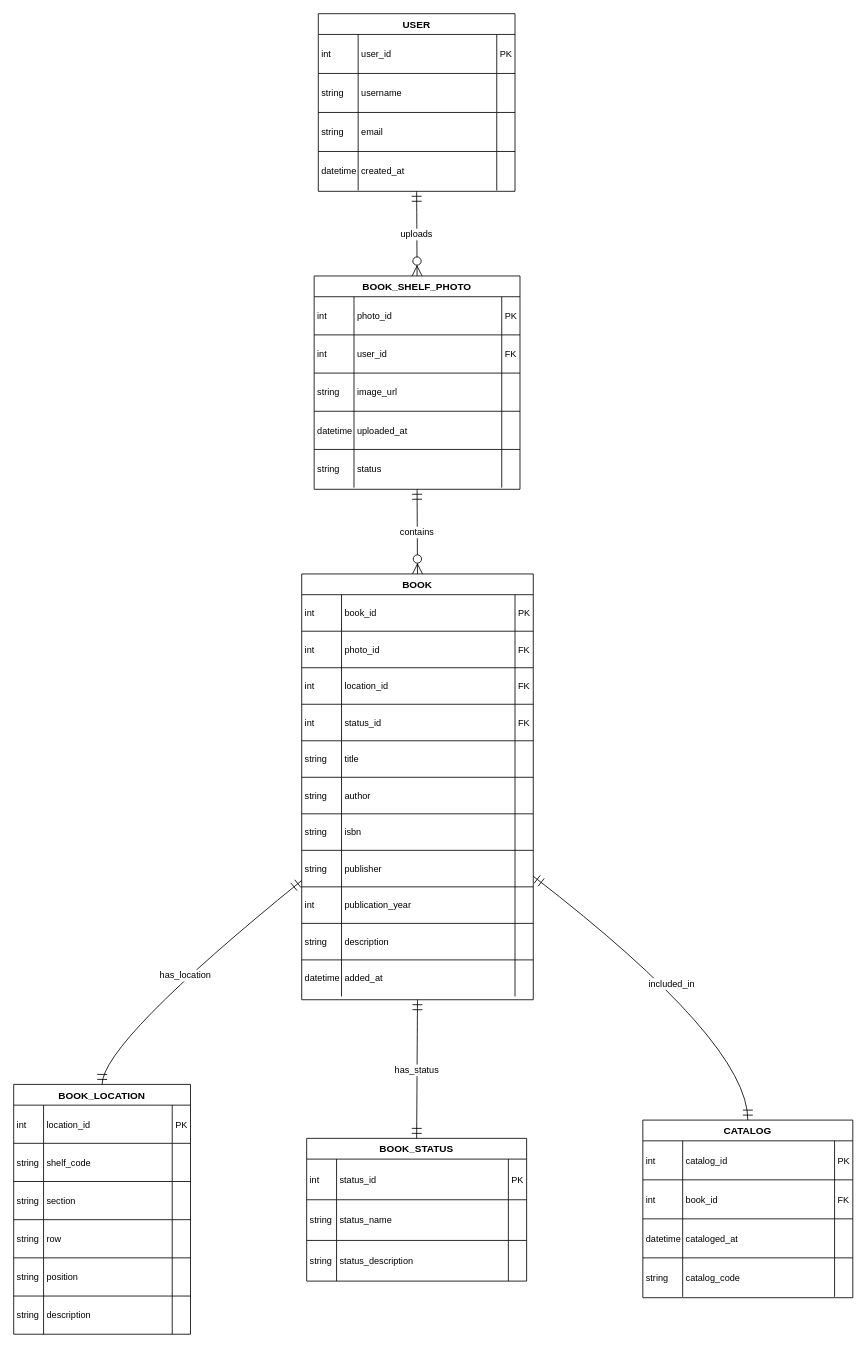
This is task4.drawio from ahwisse/isis, a draw.io file, before an edit. Source tidied: cells renumbered, new cells numbered last; positions are measured from the earlier drawing's top-left corner, leaving out a move shared by most shapes. Both pictures are drawn from the tidied source at 83%, with x=0, y=0 at pixel (13, 13).
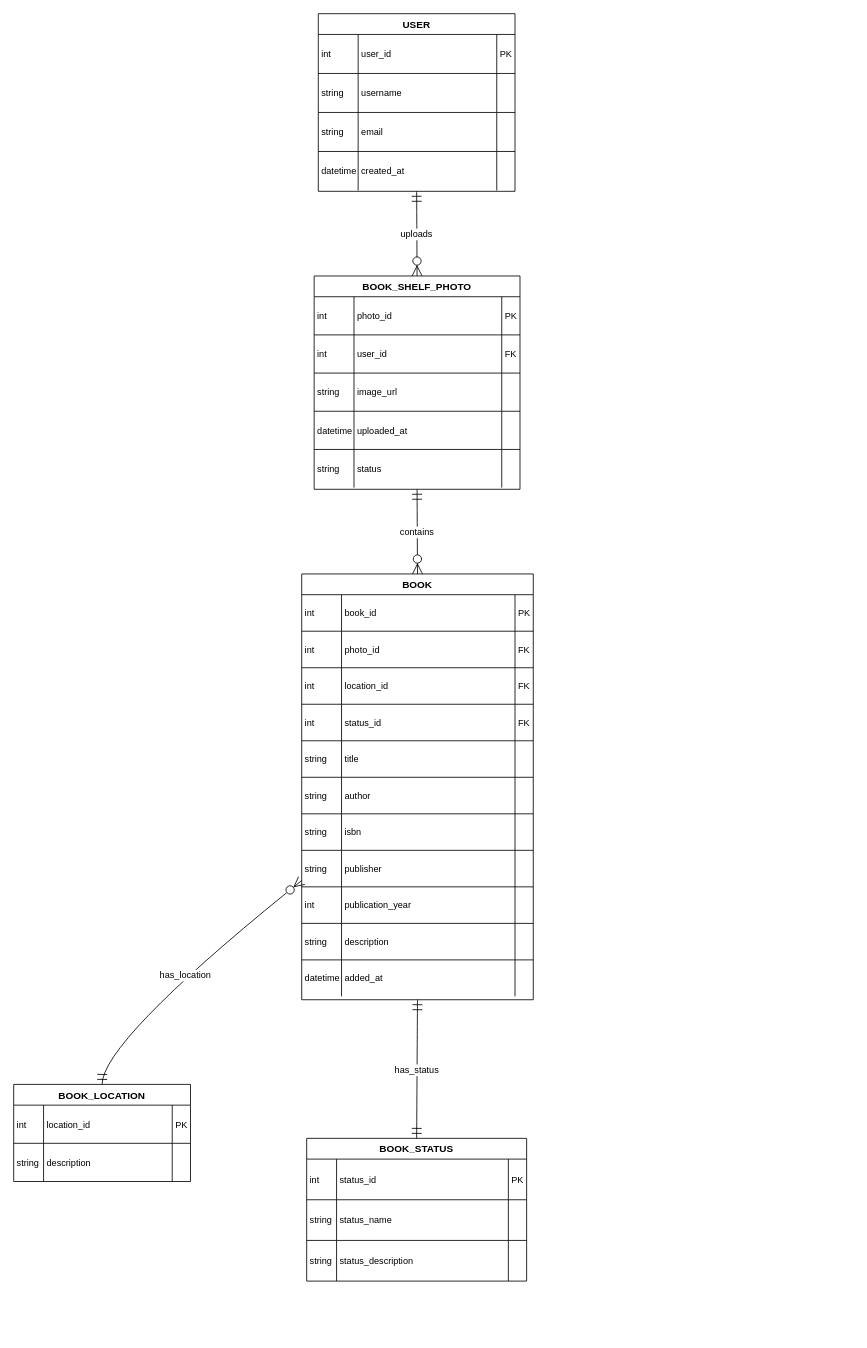
Above is the later version.

Commit message:
Добавлена практическая работа №4

The change refers to these unchanged cells:
```xml
<mxCell id="40" value="BOOK" style="shape=table;startSize=25;childLayout=tableLayout;rowLines=1;fontStyle=1;align=center;" parent="1" vertex="1">
  <mxGeometry x="347" y="675" width="279" height="513" as="geometry" />
</mxCell>
```

Diff of the diagram source:
```diff
@@
     <mxCell id="85" value="BOOK_LOCATION" style="shape=table;startSize=25;childLayout=tableLayout;rowLines=1;fontStyle=1;align=center;" parent="1" vertex="1">
-      <mxGeometry y="1290" width="213" height="301" as="geometry" />
+      <mxGeometry y="1290" width="213" height="117" as="geometry" />
     </mxCell>
@@
-    <mxCell id="90" style="shape=tableRow;horizontal=0;startSize=0;swimlaneHead=0;swimlaneBody=0;fillColor=none;top=0;left=0;right=0;bottom=0;" parent="85" vertex="1">
-      <mxGeometry y="71" width="213" height="46" as="geometry" />
-    </mxCell>
-    <mxCell id="91" value="string" style="shape=partialRectangle;fillColor=none;top=0;left=0;bottom=0;right=0;align=left;spacingLeft=2;overflow=hidden;fontSize=11;" parent="90" vertex="1">
-      <mxGeometry width="36" height="46" as="geometry" />
-    </mxCell>
-    <mxCell id="92" value="shelf_code" style="shape=partialRectangle;fillColor=none;top=0;left=0;bottom=0;right=0;align=left;spacingLeft=2;overflow=hidden;fontSize=11;" parent="90" vertex="1">
-      <mxGeometry x="36" width="155" height="46" as="geometry" />
-    </mxCell>
-    <mxCell id="93" style="shape=partialRectangle;fillColor=none;top=0;left=0;bottom=0;right=0;align=left;spacingLeft=2;overflow=hidden;fontSize=11;" parent="90" vertex="1">
-      <mxGeometry x="191" width="22" height="46" as="geometry" />
-    </mxCell>
     <mxCell id="94" style="shape=tableRow;horizontal=0;startSize=0;swimlaneHead=0;swimlaneBody=0;fillColor=none;top=0;left=0;right=0;bottom=0;" parent="85" vertex="1">
-      <mxGeometry y="117" width="213" height="46" as="geometry" />
+      <mxGeometry y="71" width="213" height="46" as="geometry" />
     </mxCell>
@@
-    <mxCell id="96" value="section" style="shape=partialRectangle;fillColor=none;top=0;left=0;bottom=0;right=0;align=left;spacingLeft=2;overflow=hidden;fontSize=11;" parent="94" vertex="1">
+    <mxCell id="96" value="description" style="shape=partialRectangle;fillColor=none;top=0;left=0;bottom=0;right=0;align=left;spacingLeft=2;overflow=hidden;fontSize=11;" parent="94" vertex="1">
       <mxGeometry x="36" width="155" height="46" as="geometry" />
     </mxCell>
@@
-    <mxCell id="98" style="shape=tableRow;horizontal=0;startSize=0;swimlaneHead=0;swimlaneBody=0;fillColor=none;top=0;left=0;right=0;bottom=0;" parent="85" vertex="1">
-      <mxGeometry y="163" width="213" height="46" as="geometry" />
-    </mxCell>
-    <mxCell id="99" value="string" style="shape=partialRectangle;fillColor=none;top=0;left=0;bottom=0;right=0;align=left;spacingLeft=2;overflow=hidden;fontSize=11;" parent="98" vertex="1">
-      <mxGeometry width="36" height="46" as="geometry" />
-    </mxCell>
-    <mxCell id="100" value="row" style="shape=partialRectangle;fillColor=none;top=0;left=0;bottom=0;right=0;align=left;spacingLeft=2;overflow=hidden;fontSize=11;" parent="98" vertex="1">
-      <mxGeometry x="36" width="155" height="46" as="geometry" />
-    </mxCell>
-    <mxCell id="101" style="shape=partialRectangle;fillColor=none;top=0;left=0;bottom=0;right=0;align=left;spacingLeft=2;overflow=hidden;fontSize=11;" parent="98" vertex="1">
-      <mxGeometry x="191" width="22" height="46" as="geometry" />
-    </mxCell>
-    <mxCell id="102" style="shape=tableRow;horizontal=0;startSize=0;swimlaneHead=0;swimlaneBody=0;fillColor=none;top=0;left=0;right=0;bottom=0;" parent="85" vertex="1">
-      <mxGeometry y="209" width="213" height="46" as="geometry" />
-    </mxCell>
-    <mxCell id="103" value="string" style="shape=partialRectangle;fillColor=none;top=0;left=0;bottom=0;right=0;align=left;spacingLeft=2;overflow=hidden;fontSize=11;" parent="102" vertex="1">
-      <mxGeometry width="36" height="46" as="geometry" />
-    </mxCell>
-    <mxCell id="104" value="position" style="shape=partialRectangle;fillColor=none;top=0;left=0;bottom=0;right=0;align=left;spacingLeft=2;overflow=hidden;fontSize=11;" parent="102" vertex="1">
-      <mxGeometry x="36" width="155" height="46" as="geometry" />
-    </mxCell>
-    <mxCell id="105" style="shape=partialRectangle;fillColor=none;top=0;left=0;bottom=0;right=0;align=left;spacingLeft=2;overflow=hidden;fontSize=11;" parent="102" vertex="1">
-      <mxGeometry x="191" width="22" height="46" as="geometry" />
-    </mxCell>
-    <mxCell id="106" style="shape=tableRow;horizontal=0;startSize=0;swimlaneHead=0;swimlaneBody=0;fillColor=none;top=0;left=0;right=0;bottom=0;" parent="85" vertex="1">
-      <mxGeometry y="255" width="213" height="46" as="geometry" />
-    </mxCell>
-    <mxCell id="107" value="string" style="shape=partialRectangle;fillColor=none;top=0;left=0;bottom=0;right=0;align=left;spacingLeft=2;overflow=hidden;fontSize=11;" parent="106" vertex="1">
-      <mxGeometry width="36" height="46" as="geometry" />
-    </mxCell>
-    <mxCell id="108" value="description" style="shape=partialRectangle;fillColor=none;top=0;left=0;bottom=0;right=0;align=left;spacingLeft=2;overflow=hidden;fontSize=11;" parent="106" vertex="1">
-      <mxGeometry x="36" width="155" height="46" as="geometry" />
-    </mxCell>
-    <mxCell id="109" style="shape=partialRectangle;fillColor=none;top=0;left=0;bottom=0;right=0;align=left;spacingLeft=2;overflow=hidden;fontSize=11;" parent="106" vertex="1">
-      <mxGeometry x="191" width="22" height="46" as="geometry" />
-    </mxCell>
@@
-    <mxCell id="123" value="CATALOG" style="shape=table;startSize=25;childLayout=tableLayout;rowLines=1;fontStyle=1;align=center;" parent="1" vertex="1">
-      <mxGeometry x="758" y="1333" width="253" height="214" as="geometry" />
-    </mxCell>
-    <mxCell id="124" style="shape=tableRow;horizontal=0;startSize=0;swimlaneHead=0;swimlaneBody=0;fillColor=none;top=0;left=0;right=0;bottom=0;" parent="123" vertex="1">
-      <mxGeometry y="25" width="253" height="47" as="geometry" />
-    </mxCell>
-    <mxCell id="125" value="int" style="shape=partialRectangle;fillColor=none;top=0;left=0;bottom=0;right=0;align=left;spacingLeft=2;overflow=hidden;fontSize=11;" parent="124" vertex="1">
-      <mxGeometry width="48" height="47" as="geometry" />
-    </mxCell>
-    <mxCell id="126" value="catalog_id" style="shape=partialRectangle;fillColor=none;top=0;left=0;bottom=0;right=0;align=left;spacingLeft=2;overflow=hidden;fontSize=11;" parent="124" vertex="1">
-      <mxGeometry x="48" width="183" height="47" as="geometry" />
-    </mxCell>
-    <mxCell id="127" value="PK" style="shape=partialRectangle;fillColor=none;top=0;left=0;bottom=0;right=0;align=left;spacingLeft=2;overflow=hidden;fontSize=11;" parent="124" vertex="1">
-      <mxGeometry x="231" width="22" height="47" as="geometry" />
-    </mxCell>
-    <mxCell id="128" style="shape=tableRow;horizontal=0;startSize=0;swimlaneHead=0;swimlaneBody=0;fillColor=none;top=0;left=0;right=0;bottom=0;" parent="123" vertex="1">
-      <mxGeometry y="72" width="253" height="47" as="geometry" />
-    </mxCell>
-    <mxCell id="129" value="int" style="shape=partialRectangle;fillColor=none;top=0;left=0;bottom=0;right=0;align=left;spacingLeft=2;overflow=hidden;fontSize=11;" parent="128" vertex="1">
-      <mxGeometry width="48" height="47" as="geometry" />
-    </mxCell>
-    <mxCell id="130" value="book_id" style="shape=partialRectangle;fillColor=none;top=0;left=0;bottom=0;right=0;align=left;spacingLeft=2;overflow=hidden;fontSize=11;" parent="128" vertex="1">
-      <mxGeometry x="48" width="183" height="47" as="geometry" />
-    </mxCell>
-    <mxCell id="131" value="FK" style="shape=partialRectangle;fillColor=none;top=0;left=0;bottom=0;right=0;align=left;spacingLeft=2;overflow=hidden;fontSize=11;" parent="128" vertex="1">
-      <mxGeometry x="231" width="22" height="47" as="geometry" />
-    </mxCell>
-    <mxCell id="132" style="shape=tableRow;horizontal=0;startSize=0;swimlaneHead=0;swimlaneBody=0;fillColor=none;top=0;left=0;right=0;bottom=0;" parent="123" vertex="1">
-      <mxGeometry y="119" width="253" height="47" as="geometry" />
-    </mxCell>
-    <mxCell id="133" value="datetime" style="shape=partialRectangle;fillColor=none;top=0;left=0;bottom=0;right=0;align=left;spacingLeft=2;overflow=hidden;fontSize=11;" parent="132" vertex="1">
-      <mxGeometry width="48" height="47" as="geometry" />
-    </mxCell>
-    <mxCell id="134" value="cataloged_at" style="shape=partialRectangle;fillColor=none;top=0;left=0;bottom=0;right=0;align=left;spacingLeft=2;overflow=hidden;fontSize=11;" parent="132" vertex="1">
-      <mxGeometry x="48" width="183" height="47" as="geometry" />
-    </mxCell>
-    <mxCell id="135" style="shape=partialRectangle;fillColor=none;top=0;left=0;bottom=0;right=0;align=left;spacingLeft=2;overflow=hidden;fontSize=11;" parent="132" vertex="1">
-      <mxGeometry x="231" width="22" height="47" as="geometry" />
-    </mxCell>
-    <mxCell id="136" style="shape=tableRow;horizontal=0;startSize=0;swimlaneHead=0;swimlaneBody=0;fillColor=none;top=0;left=0;right=0;bottom=0;" parent="123" vertex="1">
-      <mxGeometry y="166" width="253" height="47" as="geometry" />
-    </mxCell>
-    <mxCell id="137" value="string" style="shape=partialRectangle;fillColor=none;top=0;left=0;bottom=0;right=0;align=left;spacingLeft=2;overflow=hidden;fontSize=11;" parent="136" vertex="1">
-      <mxGeometry width="48" height="47" as="geometry" />
-    </mxCell>
-    <mxCell id="138" value="catalog_code" style="shape=partialRectangle;fillColor=none;top=0;left=0;bottom=0;right=0;align=left;spacingLeft=2;overflow=hidden;fontSize=11;" parent="136" vertex="1">
-      <mxGeometry x="48" width="183" height="47" as="geometry" />
-    </mxCell>
-    <mxCell id="139" style="shape=partialRectangle;fillColor=none;top=0;left=0;bottom=0;right=0;align=left;spacingLeft=2;overflow=hidden;fontSize=11;" parent="136" vertex="1">
-      <mxGeometry x="231" width="22" height="47" as="geometry" />
-    </mxCell>
@@
-    <mxCell id="142" value="has_location" style="curved=1;startArrow=ERmandOne;startSize=10;endArrow=ERmandOne;endSize=10;exitX=0;exitY=0.72;entryX=0.5;entryY=0;rounded=0;" parent="1" edge="1" source="40" target="85">
+    <mxCell id="142" value="has_location" style="curved=1;startArrow=ERzeroToMany;startSize=10;endArrow=ERmandOne;endSize=10;exitX=0;exitY=0.72;entryX=0.5;entryY=0;rounded=0;endFill=0;startFill=0;" parent="1" edge="1" source="40" target="85">
       <mxGeometry relative="1" as="geometry">
         <Array as="points">
           <mxPoint x="107" y="1239" />
         </Array>
       </mxGeometry>
     </mxCell>
@@
-    <mxCell id="144" value="included_in" style="curved=1;startArrow=ERmandOne;startSize=10;endArrow=ERmandOne;endSize=10;exitX=1;exitY=0.71;entryX=0.5;entryY=0;rounded=0;" parent="1" edge="1" source="40" target="123">
-      <mxGeometry relative="1" as="geometry">
-        <Array as="points">
-          <mxPoint x="885" y="1239" />
-        </Array>
-      </mxGeometry>
-    </mxCell>
```
